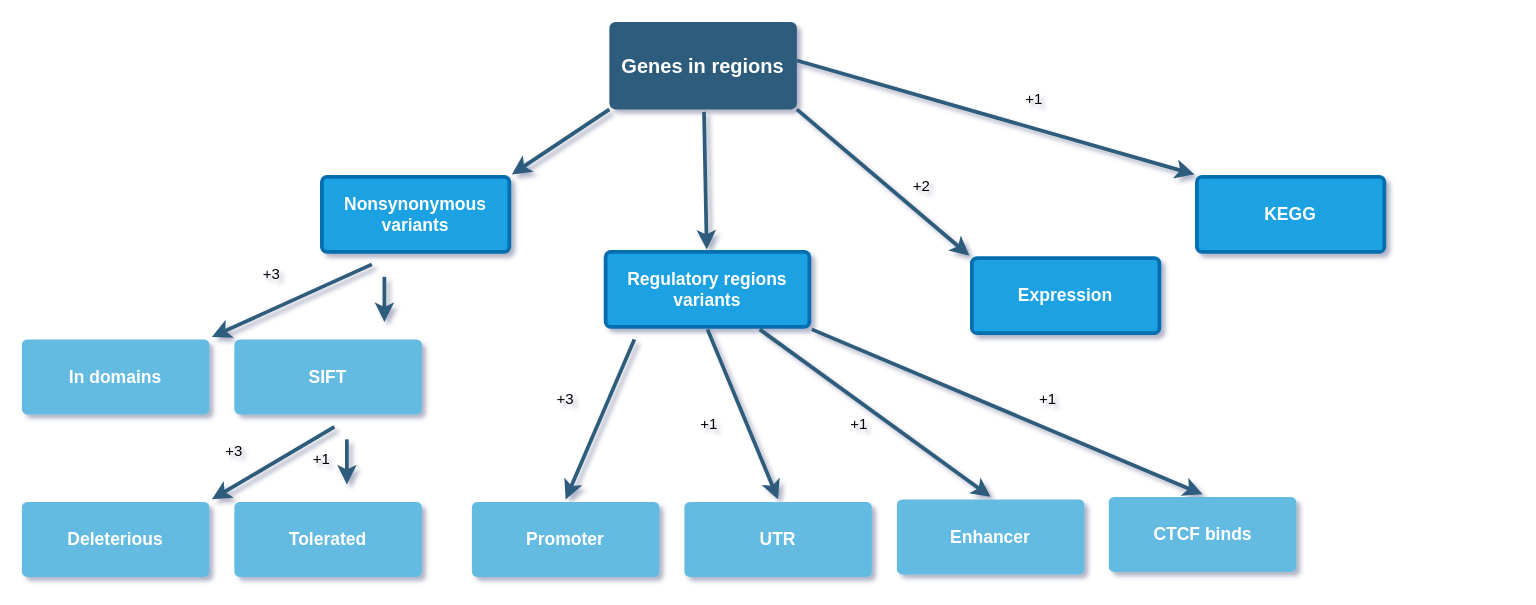
Above: CandidateGenes/Untitled Diagram.drawio in ManuelDelpero/AIL_BFMIS1xBFMIS2 (draw.io), before the change. Source tidied: cells renumbered, new cells numbered last; positions are measured from the earlier drawing's top-left corner, leaving out a move shared by most shapes. Both pictures are drawn from the tidied source at 125%, with x=0, y=0 at pixel (21, 21).
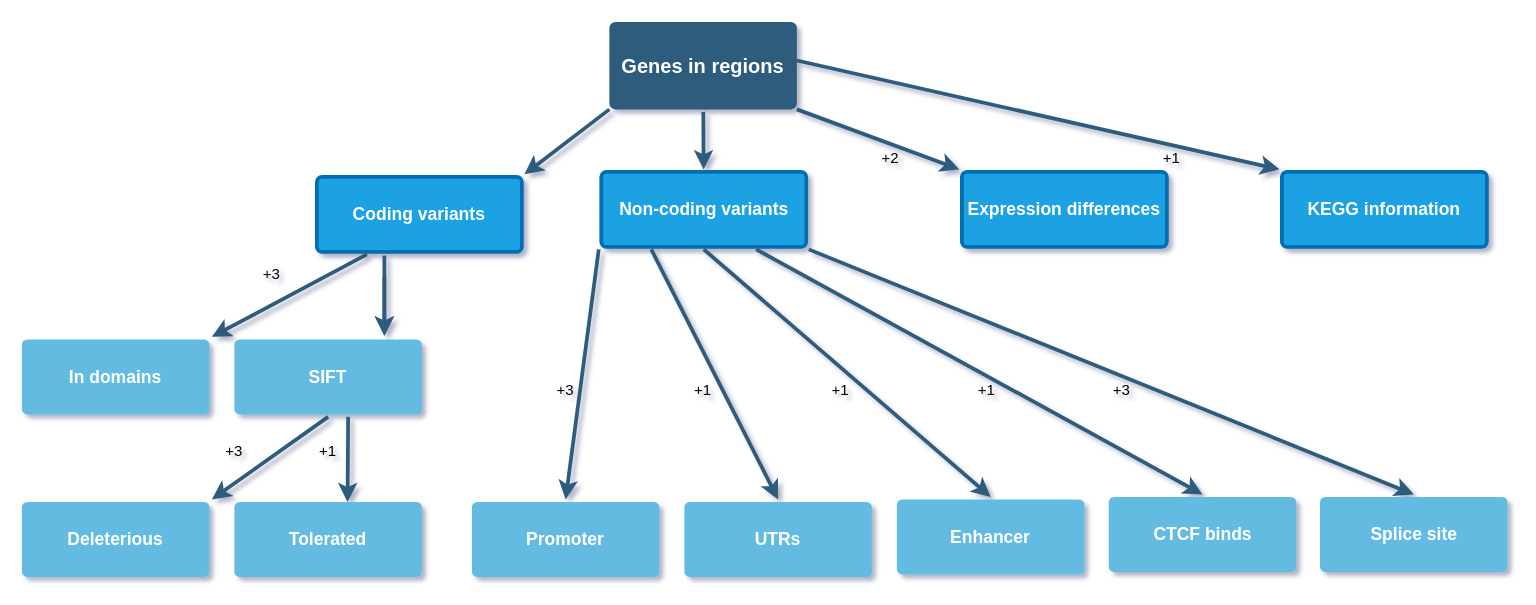
Above is the later version.

The change refers to these unchanged cells:
```xml
<mxCell id="6" value="&lt;b&gt;In domains&lt;/b&gt;" style="rounded=1;whiteSpace=wrap;html=1;shadow=0;labelBackgroundColor=none;strokeColor=none;strokeWidth=3;fillColor=#64bbe2;fontFamily=Helvetica;fontSize=14;fontColor=#FFFFFF;align=center;spacing=5;arcSize=7;perimeterSpacing=2;" parent="1" vertex="1">
  <mxGeometry y="254" width="150" height="60" as="geometry" />
</mxCell>
<mxCell id="11" value="&lt;b&gt;Promoter&lt;/b&gt;" style="rounded=1;whiteSpace=wrap;html=1;shadow=0;labelBackgroundColor=none;strokeColor=none;strokeWidth=3;fillColor=#64bbe2;fontFamily=Helvetica;fontSize=14;fontColor=#FFFFFF;align=center;spacing=5;arcSize=7;perimeterSpacing=2;" parent="1" vertex="1">
  <mxGeometry x="360" y="384" width="150" height="60" as="geometry" />
</mxCell>
<mxCell id="18" value="&lt;b&gt;Enhancer&lt;/b&gt;" style="rounded=1;whiteSpace=wrap;html=1;shadow=0;labelBackgroundColor=none;strokeColor=none;strokeWidth=3;fillColor=#64bbe2;fontFamily=Helvetica;fontSize=14;fontColor=#FFFFFF;align=center;spacing=5;arcSize=7;perimeterSpacing=2;" parent="1" vertex="1">
  <mxGeometry x="700" y="382" width="150" height="60" as="geometry" />
</mxCell>
<mxCell id="20" value="&lt;b&gt;CTCF binds&lt;/b&gt;" style="rounded=1;whiteSpace=wrap;html=1;shadow=0;labelBackgroundColor=none;strokeColor=none;strokeWidth=3;fillColor=#64bbe2;fontFamily=Helvetica;fontSize=14;fontColor=#FFFFFF;align=center;spacing=5;arcSize=7;perimeterSpacing=2;" parent="1" vertex="1">
  <mxGeometry x="869.5" y="380" width="150" height="60" as="geometry" />
</mxCell>
<mxCell id="24" value="&lt;b&gt;Deleterious&lt;/b&gt;" style="rounded=1;whiteSpace=wrap;html=1;shadow=0;labelBackgroundColor=none;strokeColor=none;strokeWidth=3;fillColor=#64bbe2;fontFamily=Helvetica;fontSize=14;fontColor=#FFFFFF;align=center;spacing=5;arcSize=7;perimeterSpacing=2;" parent="1" vertex="1">
  <mxGeometry y="384" width="150" height="60" as="geometry" />
</mxCell>
<mxCell id="25" value="&lt;b&gt;Tolerated&lt;/b&gt;" style="rounded=1;whiteSpace=wrap;html=1;shadow=0;labelBackgroundColor=none;strokeColor=none;strokeWidth=3;fillColor=#64bbe2;fontFamily=Helvetica;fontSize=14;fontColor=#FFFFFF;align=center;spacing=5;arcSize=7;perimeterSpacing=2;" parent="1" vertex="1">
  <mxGeometry x="170" y="384" width="150" height="60" as="geometry" />
</mxCell>
```

What changed in the source:
```diff
@@
-    <mxCell id="5" value="Nonsynonymous variants" style="rounded=1;whiteSpace=wrap;html=1;shadow=0;labelBackgroundColor=none;strokeColor=#006EAF;strokeWidth=3;fillColor=#1ba1e2;fontFamily=Helvetica;fontSize=14;align=center;spacing=5;fontStyle=1;arcSize=7;perimeterSpacing=2;fontColor=#ffffff;" parent="1" vertex="1">
-      <mxGeometry x="240" y="124" width="150" height="60" as="geometry" />
+    <mxCell id="5" value="Coding variants" style="rounded=1;whiteSpace=wrap;html=1;shadow=0;labelBackgroundColor=none;strokeColor=#006EAF;strokeWidth=3;fillColor=#1ba1e2;fontFamily=Helvetica;fontSize=14;align=center;spacing=5;fontStyle=1;arcSize=7;perimeterSpacing=2;fontColor=#ffffff;" parent="1" vertex="1">
+      <mxGeometry x="236" y="124" width="164" height="60" as="geometry" />
     </mxCell>
@@
-    <mxCell id="7" value="Regulatory regions variants" style="rounded=1;whiteSpace=wrap;html=1;shadow=0;labelBackgroundColor=none;strokeColor=#006EAF;strokeWidth=3;fillColor=#1ba1e2;fontFamily=Helvetica;fontSize=14;fontColor=#ffffff;align=center;spacing=5;fontStyle=1;arcSize=7;perimeterSpacing=2;" parent="1" vertex="1">
-      <mxGeometry x="467" y="184" width="163" height="60" as="geometry" />
+    <mxCell id="7" value="Non-coding variants" style="rounded=1;whiteSpace=wrap;html=1;shadow=0;labelBackgroundColor=none;strokeColor=#006EAF;strokeWidth=3;fillColor=#1ba1e2;fontFamily=Helvetica;fontSize=14;fontColor=#ffffff;align=center;spacing=5;fontStyle=1;arcSize=7;perimeterSpacing=2;" parent="1" vertex="1">
+      <mxGeometry x="463.5" y="120" width="164" height="60" as="geometry" />
     </mxCell>
@@
-    <mxCell id="9" value="&lt;b&gt;Expression&lt;/b&gt;" style="rounded=1;whiteSpace=wrap;html=1;shadow=0;labelBackgroundColor=none;strokeColor=#006EAF;strokeWidth=3;fillColor=#1ba1e2;fontFamily=Helvetica;fontSize=14;fontColor=#ffffff;align=center;spacing=5;arcSize=7;perimeterSpacing=2;" parent="1" vertex="1">
-      <mxGeometry x="760" y="189" width="150" height="60" as="geometry" />
+    <mxCell id="9" value="&lt;b&gt;Expression differences&lt;/b&gt;" style="rounded=1;whiteSpace=wrap;html=1;shadow=0;labelBackgroundColor=none;strokeColor=#006EAF;strokeWidth=3;fillColor=#1ba1e2;fontFamily=Helvetica;fontSize=14;fontColor=#ffffff;align=center;spacing=5;arcSize=7;perimeterSpacing=2;" parent="1" vertex="1">
+      <mxGeometry x="752" y="120" width="164" height="60" as="geometry" />
     </mxCell>
-    <mxCell id="10" style="edgeStyle=none;rounded=0;jumpStyle=none;html=1;shadow=0;labelBackgroundColor=none;startArrow=none;startFill=0;endArrow=classic;endFill=1;jettySize=auto;strokeColor=#2F5B7C;strokeWidth=3;fontFamily=Helvetica;fontSize=16;fontColor=#23445D;spacing=5;exitX=0.5;exitY=1;exitDx=0;exitDy=0;entryX=0.5;entryY=0;entryDx=0;entryDy=0;" parent="1" edge="1" source="7" target="13">
+    <mxCell id="10" style="edgeStyle=none;rounded=0;jumpStyle=none;html=1;shadow=0;labelBackgroundColor=none;startArrow=none;startFill=0;endArrow=classic;endFill=1;jettySize=auto;strokeColor=#2F5B7C;strokeWidth=3;fontFamily=Helvetica;fontSize=16;fontColor=#23445D;spacing=5;exitX=0.25;exitY=1;exitDx=0;exitDy=0;entryX=0.5;entryY=0;entryDx=0;entryDy=0;" parent="1" edge="1" source="7" target="13">
       <mxGeometry relative="1" as="geometry" />
     </mxCell>
@@
-    <mxCell id="12" value="&lt;b&gt;KEGG&lt;/b&gt;" style="rounded=1;whiteSpace=wrap;html=1;shadow=0;labelBackgroundColor=none;strokeColor=#006EAF;strokeWidth=3;fillColor=#1ba1e2;fontFamily=Helvetica;fontSize=14;fontColor=#ffffff;align=center;spacing=5;arcSize=7;perimeterSpacing=2;" parent="1" vertex="1">
-      <mxGeometry x="940" y="124" width="150" height="60" as="geometry" />
+    <mxCell id="12" value="&lt;b&gt;KEGG information&lt;/b&gt;" style="rounded=1;whiteSpace=wrap;html=1;shadow=0;labelBackgroundColor=none;strokeColor=#006EAF;strokeWidth=3;fillColor=#1ba1e2;fontFamily=Helvetica;fontSize=14;fontColor=#ffffff;align=center;spacing=5;arcSize=7;perimeterSpacing=2;" parent="1" vertex="1">
+      <mxGeometry x="1008" y="120" width="164" height="60" as="geometry" />
     </mxCell>
-    <mxCell id="13" value="&lt;b&gt;UTR&lt;/b&gt;" style="rounded=1;whiteSpace=wrap;html=1;shadow=0;labelBackgroundColor=none;strokeColor=none;strokeWidth=3;fillColor=#64bbe2;fontFamily=Helvetica;fontSize=14;fontColor=#FFFFFF;align=center;spacing=5;arcSize=7;perimeterSpacing=2;" parent="1" vertex="1">
+    <mxCell id="13" value="&lt;b&gt;UTRs&lt;/b&gt;" style="rounded=1;whiteSpace=wrap;html=1;shadow=0;labelBackgroundColor=none;strokeColor=none;strokeWidth=3;fillColor=#64bbe2;fontFamily=Helvetica;fontSize=14;fontColor=#FFFFFF;align=center;spacing=5;arcSize=7;perimeterSpacing=2;" parent="1" vertex="1">
       <mxGeometry x="530" y="384" width="150" height="60" as="geometry" />
     </mxCell>
@@
-    <mxCell id="15" style="edgeStyle=none;rounded=0;jumpStyle=none;html=1;shadow=0;labelBackgroundColor=none;startArrow=none;startFill=0;endArrow=classic;endFill=1;jettySize=auto;strokeColor=#2F5B7C;strokeWidth=3;fontFamily=Helvetica;fontSize=16;fontColor=#23445D;spacing=5;exitX=0.5;exitY=1;exitDx=0;exitDy=0;entryX=0.5;entryY=0;entryDx=0;entryDy=0;" parent="1" edge="1" target="11">
-      <mxGeometry relative="1" as="geometry">
-        <mxPoint x="490" y="254" as="sourcePoint" />
-      </mxGeometry>
+    <mxCell id="15" style="edgeStyle=none;rounded=0;jumpStyle=none;html=1;shadow=0;labelBackgroundColor=none;startArrow=none;startFill=0;endArrow=classic;endFill=1;jettySize=auto;strokeColor=#2F5B7C;strokeWidth=3;fontFamily=Helvetica;fontSize=16;fontColor=#23445D;spacing=5;exitX=0;exitY=1;exitDx=0;exitDy=0;entryX=0.5;entryY=0;entryDx=0;entryDy=0;" parent="1" edge="1" source="7" target="11">
+      <mxGeometry relative="1" as="geometry" />
     </mxCell>
@@
-    <mxCell id="17" style="edgeStyle=none;rounded=0;jumpStyle=none;html=1;shadow=0;labelBackgroundColor=none;startArrow=none;startFill=0;endArrow=classic;endFill=1;jettySize=auto;strokeColor=#2F5B7C;strokeWidth=3;fontFamily=Helvetica;fontSize=16;fontColor=#23445D;spacing=5;exitX=0.75;exitY=1;exitDx=0;exitDy=0;entryX=0.5;entryY=0;entryDx=0;entryDy=0;" parent="1" edge="1" source="7" target="18">
+    <mxCell id="17" style="edgeStyle=none;rounded=0;jumpStyle=none;html=1;shadow=0;labelBackgroundColor=none;startArrow=none;startFill=0;endArrow=classic;endFill=1;jettySize=auto;strokeColor=#2F5B7C;strokeWidth=3;fontFamily=Helvetica;fontSize=16;fontColor=#23445D;spacing=5;exitX=0.5;exitY=1;exitDx=0;exitDy=0;entryX=0.5;entryY=0;entryDx=0;entryDy=0;" parent="1" edge="1" source="7" target="18">
       <mxGeometry relative="1" as="geometry" />
     </mxCell>
@@
-    <mxCell id="19" style="edgeStyle=none;rounded=0;jumpStyle=none;html=1;shadow=0;labelBackgroundColor=none;startArrow=none;startFill=0;endArrow=classic;endFill=1;jettySize=auto;strokeColor=#2F5B7C;strokeWidth=3;fontFamily=Helvetica;fontSize=16;fontColor=#23445D;spacing=5;exitX=1;exitY=1;exitDx=0;exitDy=0;entryX=0.5;entryY=0;entryDx=0;entryDy=0;" parent="1" edge="1" source="7" target="20">
+    <mxCell id="19" style="edgeStyle=none;rounded=0;jumpStyle=none;html=1;shadow=0;labelBackgroundColor=none;startArrow=none;startFill=0;endArrow=classic;endFill=1;jettySize=auto;strokeColor=#2F5B7C;strokeWidth=3;fontFamily=Helvetica;fontSize=16;fontColor=#23445D;spacing=5;exitX=0.75;exitY=1;exitDx=0;exitDy=0;entryX=0.5;entryY=0;entryDx=0;entryDy=0;" parent="1" edge="1" source="7" target="20">
       <mxGeometry relative="1" as="geometry" />
     </mxCell>
@@
-    <mxCell id="22" style="edgeStyle=none;rounded=0;jumpStyle=none;html=1;shadow=0;labelBackgroundColor=none;startArrow=none;startFill=0;endArrow=classic;endFill=1;jettySize=auto;strokeColor=#2F5B7C;strokeWidth=3;fontFamily=Helvetica;fontSize=16;fontColor=#23445D;spacing=5;exitX=0.013;exitY=0.973;exitDx=0;exitDy=0;exitPerimeter=0;entryX=1;entryY=0;entryDx=0;entryDy=0;" parent="1" edge="1" target="6">
-      <mxGeometry relative="1" as="geometry">
-        <mxPoint x="280" y="194" as="sourcePoint" />
-      </mxGeometry>
+    <mxCell id="22" style="edgeStyle=none;rounded=0;jumpStyle=none;html=1;shadow=0;labelBackgroundColor=none;startArrow=none;startFill=0;endArrow=classic;endFill=1;jettySize=auto;strokeColor=#2F5B7C;strokeWidth=3;fontFamily=Helvetica;fontSize=16;fontColor=#23445D;spacing=5;exitX=0.25;exitY=1;exitDx=0;exitDy=0;entryX=1;entryY=0;entryDx=0;entryDy=0;" parent="1" edge="1" source="5" target="6">
+      <mxGeometry relative="1" as="geometry" />
     </mxCell>
     <mxCell id="23" style="edgeStyle=none;rounded=0;jumpStyle=none;html=1;shadow=0;labelBackgroundColor=none;startArrow=none;startFill=0;endArrow=classic;endFill=1;jettySize=auto;orthogonalLoop=1;strokeColor=#2F5B7C;strokeWidth=3;fontFamily=Helvetica;fontSize=16;fontColor=#23445D;spacing=5;exitX=0.013;exitY=0.973;exitDx=0;exitDy=0;exitPerimeter=0;" parent="1" edge="1">
       <mxGeometry relative="1" as="geometry">
         <mxPoint x="290" y="204" as="sourcePoint" />
-        <mxPoint x="290" y="240" as="targetPoint" />
+        <mxPoint x="290" y="251" as="targetPoint" />
       </mxGeometry>
     </mxCell>
@@
-    <mxCell id="27" style="edgeStyle=none;rounded=0;jumpStyle=none;html=1;shadow=0;labelBackgroundColor=none;startArrow=none;startFill=0;endArrow=classic;endFill=1;jettySize=auto;strokeColor=#2F5B7C;strokeWidth=3;fontFamily=Helvetica;fontSize=16;fontColor=#23445D;spacing=5;exitX=0.013;exitY=0.973;exitDx=0;exitDy=0;exitPerimeter=0;entryX=1;entryY=0;entryDx=0;entryDy=0;" parent="1" edge="1" target="24">
+    <mxCell id="27" style="edgeStyle=none;rounded=0;jumpStyle=none;html=1;shadow=0;labelBackgroundColor=none;startArrow=none;startFill=0;endArrow=classic;endFill=1;jettySize=auto;strokeColor=#2F5B7C;strokeWidth=3;fontFamily=Helvetica;fontSize=16;fontColor=#23445D;spacing=5;entryX=1;entryY=0;entryDx=0;entryDy=0;" parent="1" edge="1" target="24">
       <mxGeometry relative="1" as="geometry">
-        <mxPoint x="250" y="324" as="sourcePoint" />
+        <mxPoint x="245" y="316" as="sourcePoint" />
       </mxGeometry>
     </mxCell>
-    <mxCell id="28" style="edgeStyle=none;rounded=0;jumpStyle=none;html=1;shadow=0;labelBackgroundColor=none;startArrow=none;startFill=0;endArrow=classic;endFill=1;jettySize=auto;orthogonalLoop=1;strokeColor=#2F5B7C;strokeWidth=3;fontFamily=Helvetica;fontSize=16;fontColor=#23445D;spacing=5;exitX=0.013;exitY=0.973;exitDx=0;exitDy=0;exitPerimeter=0;" parent="1" edge="1">
+    <mxCell id="28" style="edgeStyle=none;rounded=0;jumpStyle=none;html=1;shadow=0;labelBackgroundColor=none;startArrow=none;startFill=0;endArrow=classic;endFill=1;jettySize=auto;strokeColor=#2F5B7C;strokeWidth=3;fontFamily=Helvetica;fontSize=16;fontColor=#23445D;spacing=5;entryX=0.601;entryY=0.034;entryDx=0;entryDy=0;entryPerimeter=0;" parent="1" edge="1" target="25">
       <mxGeometry relative="1" as="geometry">
-        <mxPoint x="260" y="334" as="sourcePoint" />
-        <mxPoint x="260" y="370" as="targetPoint" />
+        <mxPoint x="261" y="316" as="sourcePoint" />
       </mxGeometry>
     </mxCell>
     <mxCell id="29" value="+1" style="text;html=1;strokeColor=none;fillColor=none;align=center;verticalAlign=middle;whiteSpace=wrap;rounded=0;" parent="1" vertex="1">
-      <mxGeometry x="220" y="340" width="40" height="20" as="geometry" />
+      <mxGeometry x="225" y="334" width="40" height="20" as="geometry" />
     </mxCell>
     <mxCell id="30" value="+2" style="text;html=1;strokeColor=none;fillColor=none;align=center;verticalAlign=middle;whiteSpace=wrap;rounded=0;" parent="1" vertex="1">
-      <mxGeometry x="700" y="110" width="40" height="44" as="geometry" />
+      <mxGeometry x="675" y="87" width="40" height="44" as="geometry" />
     </mxCell>
     <mxCell id="31" value="+1" style="text;html=1;strokeColor=none;fillColor=none;align=center;verticalAlign=middle;whiteSpace=wrap;rounded=0;" parent="1" vertex="1">
-      <mxGeometry x="790" y="40" width="40" height="44" as="geometry" />
+      <mxGeometry x="900" y="87" width="40" height="44" as="geometry" />
     </mxCell>
     <mxCell id="32" value="+3" style="text;html=1;strokeColor=none;fillColor=none;align=center;verticalAlign=middle;whiteSpace=wrap;rounded=0;" parent="1" vertex="1">
-      <mxGeometry x="415" y="280" width="40" height="44" as="geometry" />
+      <mxGeometry x="415" y="273" width="40" height="44" as="geometry" />
     </mxCell>
     <mxCell id="33" value="+1" style="text;html=1;strokeColor=none;fillColor=none;align=center;verticalAlign=middle;whiteSpace=wrap;rounded=0;" parent="1" vertex="1">
-      <mxGeometry x="530" y="300" width="40" height="44" as="geometry" />
+      <mxGeometry x="525" y="273" width="40" height="44" as="geometry" />
     </mxCell>
     <mxCell id="34" value="+1" style="text;html=1;strokeColor=none;fillColor=none;align=center;verticalAlign=middle;whiteSpace=wrap;rounded=0;" parent="1" vertex="1">
-      <mxGeometry x="650" y="300" width="40" height="44" as="geometry" />
+      <mxGeometry x="635" y="273" width="40" height="44" as="geometry" />
     </mxCell>
     <mxCell id="35" value="+1" style="text;html=1;strokeColor=none;fillColor=none;align=center;verticalAlign=middle;whiteSpace=wrap;rounded=0;" parent="1" vertex="1">
-      <mxGeometry x="801" y="280" width="40" height="44" as="geometry" />
+      <mxGeometry x="752" y="273" width="40" height="44" as="geometry" />
     </mxCell>
+    <mxCell id="36" style="edgeStyle=none;rounded=0;jumpStyle=none;html=1;shadow=0;labelBackgroundColor=none;startArrow=none;startFill=0;endArrow=classic;endFill=1;jettySize=auto;orthogonalLoop=1;strokeColor=#2F5B7C;strokeWidth=3;fontFamily=Helvetica;fontSize=16;fontColor=#23445D;spacing=5;" parent="1" edge="1">
+      <mxGeometry relative="1" as="geometry">
+        <mxPoint x="290" y="187" as="sourcePoint" />
+        <mxPoint x="290" y="251" as="targetPoint" />
+      </mxGeometry>
+    </mxCell>
+    <mxCell id="37" style="edgeStyle=none;rounded=0;jumpStyle=none;html=1;shadow=0;labelBackgroundColor=none;startArrow=none;startFill=0;endArrow=classic;endFill=1;jettySize=auto;strokeColor=#2F5B7C;strokeWidth=3;fontFamily=Helvetica;fontSize=16;fontColor=#23445D;spacing=5;exitX=1;exitY=1;exitDx=0;exitDy=0;entryX=0.5;entryY=0;entryDx=0;entryDy=0;" parent="1" edge="1" source="7" target="38">
+      <mxGeometry relative="1" as="geometry" />
+    </mxCell>
+    <mxCell id="38" value="&lt;span style=&quot;text-align: left&quot;&gt;&lt;b&gt;&lt;font style=&quot;font-size: 14px&quot;&gt;Splice site&lt;/font&gt;&lt;/b&gt;&lt;/span&gt;" style="rounded=1;whiteSpace=wrap;html=1;shadow=0;labelBackgroundColor=none;strokeColor=none;strokeWidth=3;fillColor=#64bbe2;fontFamily=Helvetica;fontSize=14;fontColor=#FFFFFF;align=center;spacing=5;arcSize=7;perimeterSpacing=2;" parent="1" vertex="1">
+      <mxGeometry x="1038.5" y="380" width="150" height="60" as="geometry" />
+    </mxCell>
+    <mxCell id="39" value="+3" style="text;html=1;strokeColor=none;fillColor=none;align=center;verticalAlign=middle;whiteSpace=wrap;rounded=0;" parent="1" vertex="1">
+      <mxGeometry x="860" y="273" width="40" height="44" as="geometry" />
+    </mxCell>
```
